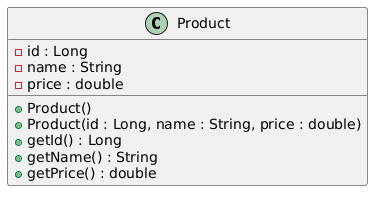
This is docs/uml/Product.png from sahan20240094-dev/products-api, a PlantUML export, as it was before one commit. The source it was exported from:
```plantuml
@startuml
class Product {
- id : Long
- name : String
- price : double
+ Product()
+ Product(id : Long, name : String, price : double)
+ getId() : Long
+ getName() : String
+ getPrice() : double
}
@enduml
```
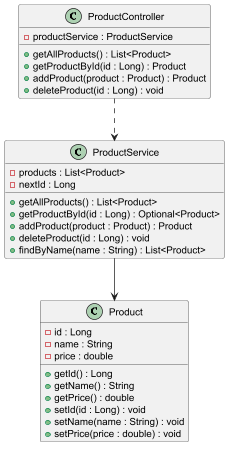
Later version of the same file.

Commit message:
Tutorial 3: ProductService with List - four CRUD endpoints working

Diff of the diagram source:
```diff
@@ -1,12 +1,37 @@
 @startuml
+
 class Product {
-- id : Long
-- name : String
-- price : double
-+ Product()
-+ Product(id : Long, name : String, price : double)
-+ getId() : Long
-+ getName() : String
-+ getPrice() : double
+  - id : Long
+  - name : String
+  - price : double
+  + getId() : Long
+  + getName() : String
+  + getPrice() : double
+  + setId(id : Long) : void
+  + setName(name : String) : void
+  + setPrice(price : double) : void
 }
+
+class ProductService {
+  - products : List<Product>
+  - nextId : Long
+  + getAllProducts() : List<Product>
+  + getProductById(id : Long) : Optional<Product>
+  + addProduct(product : Product) : Product
+  + deleteProduct(id : Long) : void
+  + findByName(name : String) : List<Product>
+}
+
+class ProductController {
+  - productService : ProductService
+  + getAllProducts() : List<Product>
+  + getProductById(id : Long) : Product
+  + addProduct(product : Product) : Product
+  + deleteProduct(id : Long) : void
+}
+
+ProductController ..> ProductService
+
+ProductService --> Product
+
 @enduml
```
